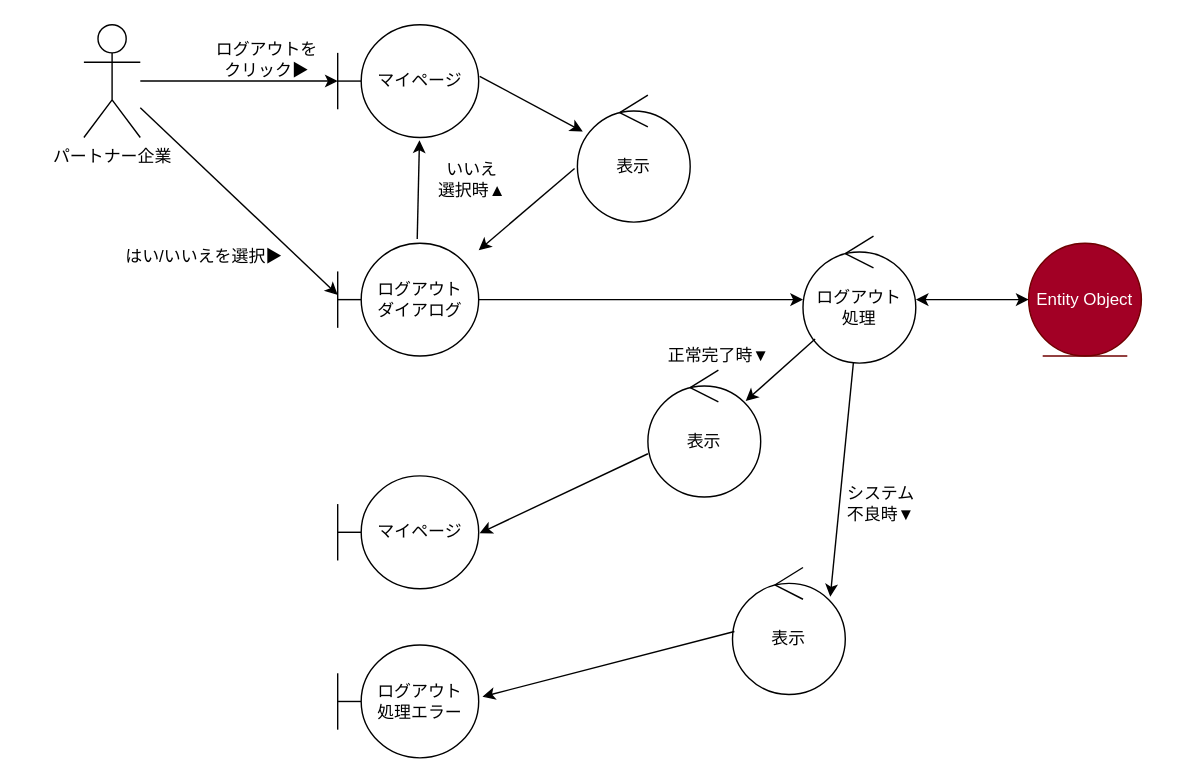
ksw2270227/GroupF keeps this draw.io diagram as page "ログアウト" (7 of 9) of out/ロバストネス図/パートナー企業-ロバストネス図.drawio. Above is the earlier version. Source tidied: cells renumbered, new cells numbered last; positions are measured from the earlier drawing's top-left corner, leaving out a move shared by most shapes. Both pictures are drawn from the tidied source at 141%, with x=0, y=0 at pixel (83, 24).
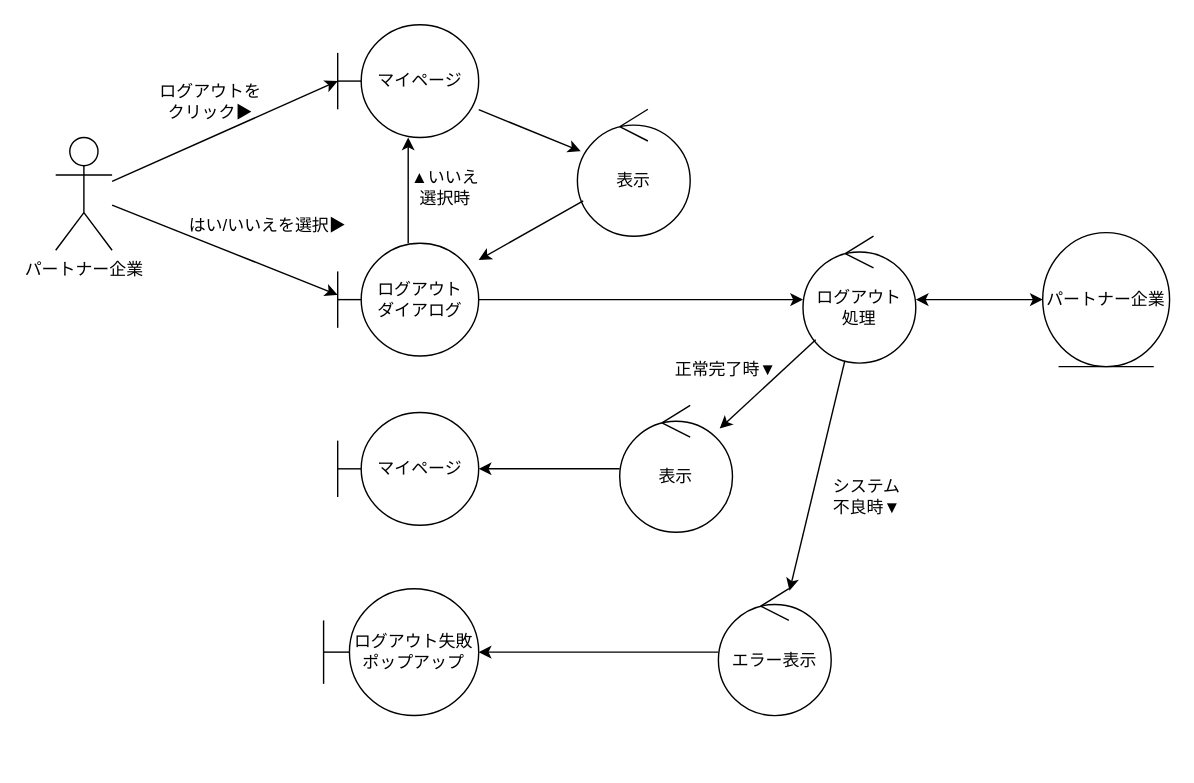
The same page after the edit.

Unchanged cells that the change refers to:
```xml
<mxCell id="5" value="マイページ" style="shape=umlBoundary;whiteSpace=wrap;html=1;" parent="1" vertex="1">
  <mxGeometry x="180" width="100" height="80" as="geometry" />
</mxCell>
<mxCell id="8" value="ログアウト&lt;br&gt;ダイアログ" style="shape=umlBoundary;whiteSpace=wrap;html=1;" parent="1" vertex="1">
  <mxGeometry x="180" y="155" width="100" height="80" as="geometry" />
</mxCell>
<mxCell id="10" value="ログアウト&lt;br&gt;処理" style="ellipse;shape=umlControl;whiteSpace=wrap;html=1;" parent="1" vertex="1">
  <mxGeometry x="510" y="150" width="80" height="90" as="geometry" />
</mxCell>
```

The edit, as a diff of the source:
```diff
@@
     <mxCell id="2" value="パートナー企業" style="shape=umlActor;verticalLabelPosition=bottom;verticalAlign=top;html=1;outlineConnect=0;" parent="1" vertex="1">
-      <mxGeometry width="40" height="80" as="geometry" />
+      <mxGeometry x="-20" y="80" width="40" height="80" as="geometry" />
     </mxCell>
     <mxCell id="3" value="表示" style="ellipse;shape=umlControl;whiteSpace=wrap;html=1;" parent="1" vertex="1">
-      <mxGeometry x="350" y="50" width="80" height="90" as="geometry" />
+      <mxGeometry x="350" y="60" width="80" height="90" as="geometry" />
     </mxCell>
-    <mxCell id="4" value="Entity Object" style="ellipse;shape=umlEntity;whiteSpace=wrap;html=1;fillColor=#a20025;fontColor=#ffffff;strokeColor=#6F0000;" parent="1" vertex="1">
-      <mxGeometry x="670" y="155" width="80" height="80" as="geometry" />
+    <mxCell id="4" value="パートナー企業" style="ellipse;shape=umlEntity;whiteSpace=wrap;html=1;" parent="1" vertex="1">
+      <mxGeometry x="680" y="147.5" width="90" height="95" as="geometry" />
     </mxCell>
@@
     <mxCell id="6" value="マイページ" style="shape=umlBoundary;whiteSpace=wrap;html=1;" parent="1" vertex="1">
-      <mxGeometry x="180" y="320" width="100" height="80" as="geometry" />
+      <mxGeometry x="180" y="275" width="100" height="80" as="geometry" />
     </mxCell>
@@
     <mxCell id="9" value="表示" style="ellipse;shape=umlControl;whiteSpace=wrap;html=1;" parent="1" vertex="1">
-      <mxGeometry x="400" y="245" width="80" height="90" as="geometry" />
+      <mxGeometry x="380" y="270" width="80" height="90" as="geometry" />
     </mxCell>
@@
-    <mxCell id="12" style="endArrow=classic;html=1;exitX=1.007;exitY=0.458;exitDx=0;exitDy=0;exitPerimeter=0;" parent="1" edge="1" source="5" target="3">
+    <mxCell id="12" style="endArrow=classic;html=1;" parent="1" edge="1" source="5" target="3">
       <mxGeometry relative="1" as="geometry" />
     </mxCell>
@@
-    <mxCell id="14" style="endArrow=classic;html=1;exitX=-0.025;exitY=0.578;exitDx=0;exitDy=0;exitPerimeter=0;" parent="1" edge="1" source="3">
-      <mxGeometry relative="1" as="geometry">
-        <mxPoint x="280" y="160" as="targetPoint" />
-      </mxGeometry>
+    <mxCell id="14" style="endArrow=classic;html=1;" parent="1" edge="1" source="3" target="8">
+      <mxGeometry relative="1" as="geometry" />
     </mxCell>
-    <mxCell id="15" style="endArrow=classic;html=1;entryX=0.867;entryY=0.244;entryDx=0;entryDy=0;entryPerimeter=0;" parent="1" edge="1" source="10" target="9">
+    <mxCell id="15" style="endArrow=classic;html=1;" parent="1" edge="1" source="10" target="9">
       <mxGeometry relative="1" as="geometry" />
     </mxCell>
-    <mxCell id="16" style="endArrow=classic;html=1;exitX=0;exitY=0.659;exitDx=0;exitDy=0;exitPerimeter=0;entryX=1.007;entryY=0.508;entryDx=0;entryDy=0;entryPerimeter=0;" parent="1" edge="1" source="9" target="6">
+    <mxCell id="16" style="endArrow=classic;html=1;" parent="1" edge="1" source="9" target="6">
       <mxGeometry relative="1" as="geometry" />
     </mxCell>
     <mxCell id="17" value="ログアウトを&lt;br&gt;クリック▶" style="text;html=1;strokeColor=none;fillColor=none;align=center;verticalAlign=middle;whiteSpace=wrap;rounded=0;" parent="1" vertex="1">
-      <mxGeometry x="80" y="10" width="100" height="30" as="geometry" />
+      <mxGeometry x="40" y="40" width="100" height="30" as="geometry" />
     </mxCell>
-    <mxCell id="18" value="表示" style="ellipse;shape=umlControl;whiteSpace=wrap;html=1;" parent="1" vertex="1">
-      <mxGeometry x="460" y="385" width="80" height="90" as="geometry" />
+    <mxCell id="18" value="エラー表示" style="ellipse;shape=umlControl;whiteSpace=wrap;html=1;" parent="1" vertex="1">
+      <mxGeometry x="450" y="400" width="80" height="90" as="geometry" />
     </mxCell>
-    <mxCell id="19" value="ログアウト&lt;br&gt;処理エラー" style="shape=umlBoundary;whiteSpace=wrap;html=1;" parent="1" vertex="1">
-      <mxGeometry x="180" y="440" width="100" height="80" as="geometry" />
+    <mxCell id="19" value="ログアウト失敗&lt;br&gt;ポップアップ" style="shape=umlBoundary;whiteSpace=wrap;html=1;" parent="1" vertex="1">
+      <mxGeometry x="170" y="400" width="110" height="90" as="geometry" />
     </mxCell>
-    <mxCell id="20" style="endArrow=classic;html=1;entryX=1.027;entryY=0.458;entryDx=0;entryDy=0;entryPerimeter=0;exitX=0.017;exitY=0.504;exitDx=0;exitDy=0;exitPerimeter=0;" parent="1" edge="1" source="18" target="19">
+    <mxCell id="20" style="endArrow=classic;html=1;" parent="1" edge="1" source="18" target="19">
       <mxGeometry relative="1" as="geometry" />
     </mxCell>
-    <mxCell id="21" style="endArrow=classic;html=1;entryX=0.867;entryY=0.23;entryDx=0;entryDy=0;entryPerimeter=0;" parent="1" edge="1" source="10" target="18">
+    <mxCell id="21" style="endArrow=classic;html=1;" parent="1" edge="1" source="10" target="18">
       <mxGeometry relative="1" as="geometry" />
     </mxCell>
     <mxCell id="22" value="システム&lt;br&gt;不良時▼" style="text;html=1;align=center;verticalAlign=middle;strokeColor=none;fillColor=none;" parent="1" vertex="1">
-      <mxGeometry x="530" y="320" width="70" height="40" as="geometry" />
+      <mxGeometry x="520" y="315" width="70" height="40" as="geometry" />
     </mxCell>
     <mxCell id="23" value="正常完了時▼" style="text;html=1;align=center;verticalAlign=middle;strokeColor=none;fillColor=none;" parent="1" vertex="1">
-      <mxGeometry x="400" y="220" width="100" height="30" as="geometry" />
+      <mxGeometry x="405" y="230" width="100" height="30" as="geometry" />
     </mxCell>
-    <mxCell id="24" style="endArrow=classic;html=1;entryX=0.58;entryY=1.025;entryDx=0;entryDy=0;entryPerimeter=0;exitX=0.564;exitY=-0.037;exitDx=0;exitDy=0;exitPerimeter=0;" parent="1" edge="1" source="8" target="5">
+    <mxCell id="24" style="endArrow=classic;html=1;" parent="1" edge="1" source="8" target="5">
       <mxGeometry relative="1" as="geometry" />
     </mxCell>
@@
     <mxCell id="26" value="はい/いいえを選択▶" style="text;html=1;align=center;verticalAlign=middle;strokeColor=none;fillColor=none;" parent="1" vertex="1">
-      <mxGeometry x="20" y="150" width="130" height="30" as="geometry" />
+      <mxGeometry x="65" y="128" width="130" height="30" as="geometry" />
     </mxCell>
-    <mxCell id="27" value="いいえ&lt;br&gt;選択時▲" style="text;html=1;align=center;verticalAlign=middle;strokeColor=none;fillColor=none;" parent="1" vertex="1">
-      <mxGeometry x="240" y="90" width="70" height="40" as="geometry" />
+    <mxCell id="27" value="▲いいえ&lt;br&gt;選択時" style="text;html=1;align=center;verticalAlign=middle;strokeColor=none;fillColor=none;" parent="1" vertex="1">
+      <mxGeometry x="221" y="96" width="70" height="40" as="geometry" />
     </mxCell>
```
